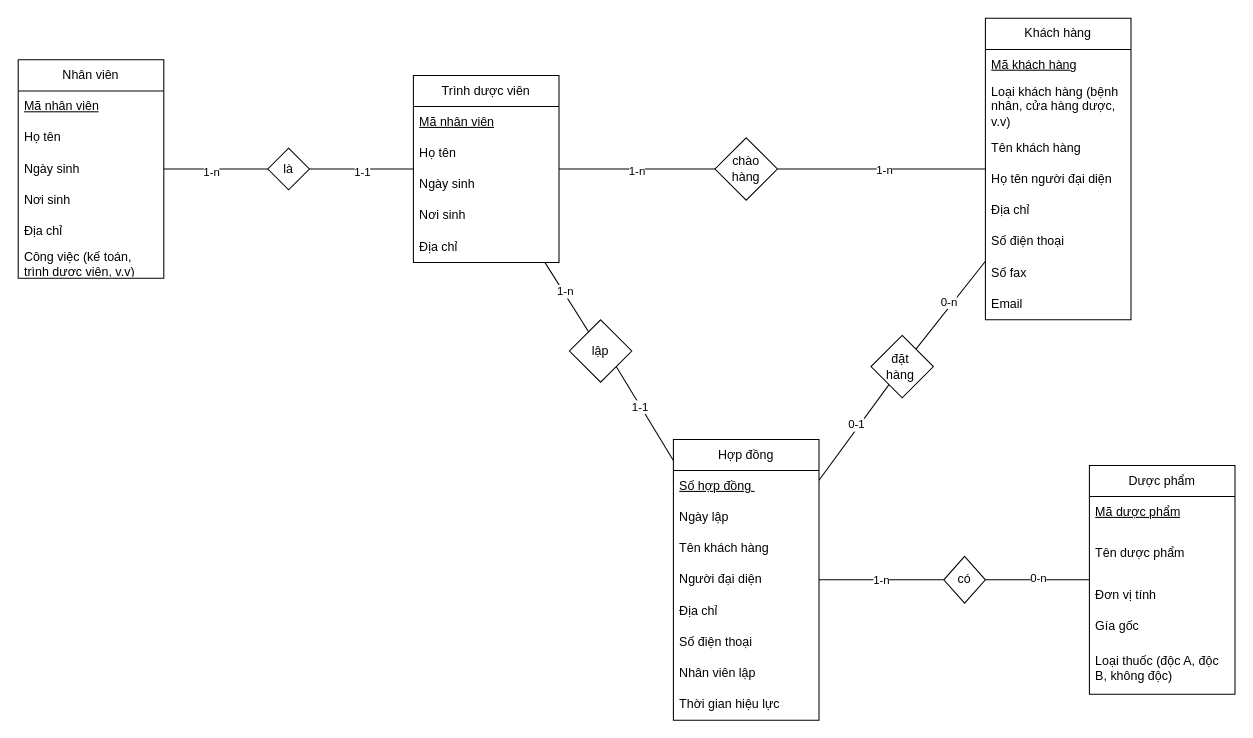
The draw.io diagram page "Lab 02" (2 of 2) of Exercise_01.drawio in DatOneGuyL/Extra-Exercises, before the edit. Source tidied: cells renumbered, new cells numbered last; positions are measured from the earlier drawing's top-left corner, leaving out a move shared by most shapes. Both pictures are drawn from the tidied source at 104%, with x=0, y=0 at pixel (18, 18).
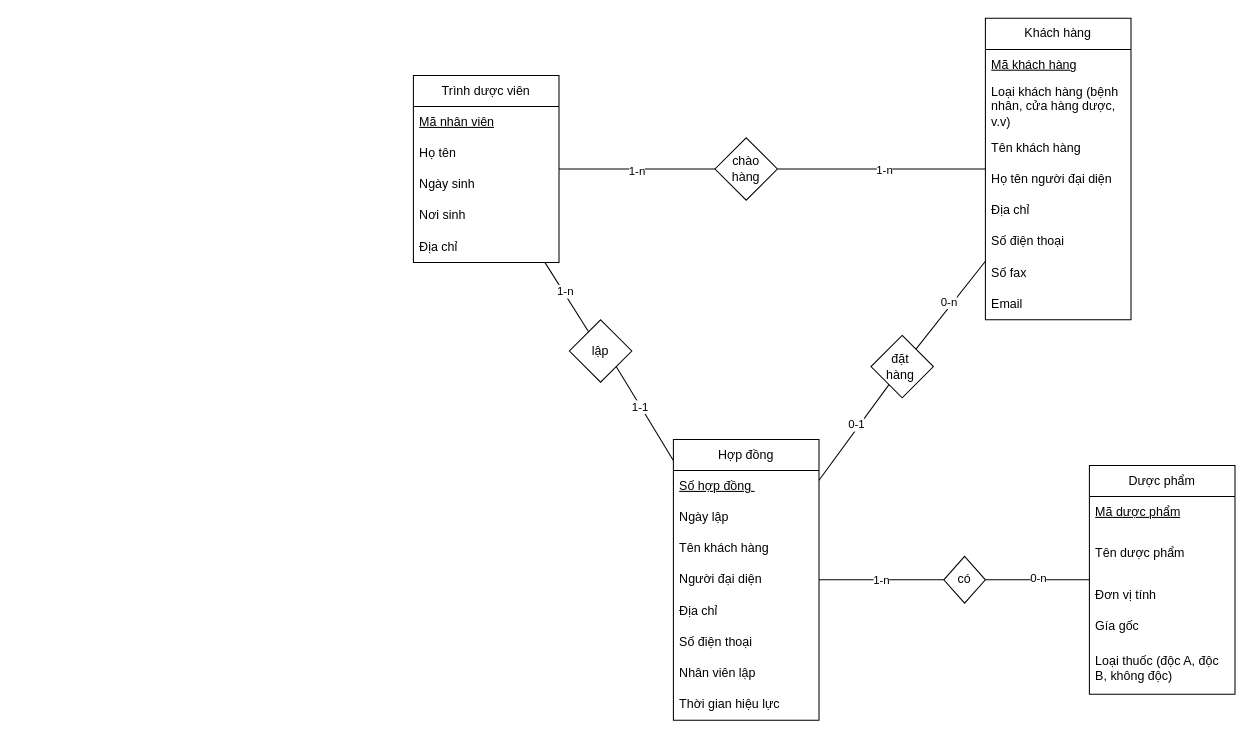
After the change.

Unchanged cells that the change refers to:
```xml
<mxCell id="18" value="Trình dược viên" style="swimlane;fontStyle=0;horizontal=1;startSize=30;whiteSpace=wrap;html=1;" parent="1" vertex="1">
  <mxGeometry x="380" y="55" width="140" height="180" as="geometry" />
</mxCell>
```

Diff of the diagram source:
```diff
@@
-    <mxCell id="2" value="Nhân viên" style="swimlane;fontStyle=0;horizontal=1;startSize=30;whiteSpace=wrap;html=1;" parent="1" vertex="1">
-      <mxGeometry y="40" width="140" height="210" as="geometry" />
-    </mxCell>
-    <mxCell id="3" value="&lt;u&gt;Mã nhân viên&lt;/u&gt;" style="text;strokeColor=none;fillColor=none;align=left;verticalAlign=middle;spacingLeft=4;spacingRight=4;overflow=hidden;whiteSpace=wrap;html=1;" parent="2" vertex="1">
-      <mxGeometry y="30" width="140" height="30" as="geometry" />
-    </mxCell>
-    <mxCell id="4" value="Họ tên" style="text;strokeColor=none;fillColor=none;align=left;verticalAlign=middle;spacingLeft=4;spacingRight=4;overflow=hidden;whiteSpace=wrap;html=1;" parent="2" vertex="1">
-      <mxGeometry y="60" width="140" height="30" as="geometry" />
-    </mxCell>
-    <mxCell id="5" value="Ngày sinh" style="text;strokeColor=none;fillColor=none;align=left;verticalAlign=middle;spacingLeft=4;spacingRight=4;overflow=hidden;whiteSpace=wrap;html=1;" parent="2" vertex="1">
-      <mxGeometry y="90" width="140" height="30" as="geometry" />
-    </mxCell>
-    <mxCell id="6" value="Nơi sinh&amp;nbsp;" style="text;strokeColor=none;fillColor=none;align=left;verticalAlign=middle;spacingLeft=4;spacingRight=4;overflow=hidden;whiteSpace=wrap;html=1;" parent="2" vertex="1">
-      <mxGeometry y="120" width="140" height="30" as="geometry" />
-    </mxCell>
-    <mxCell id="7" value="Địa chỉ" style="text;strokeColor=none;fillColor=none;align=left;verticalAlign=middle;spacingLeft=4;spacingRight=4;overflow=hidden;whiteSpace=wrap;html=1;" parent="2" vertex="1">
-      <mxGeometry y="150" width="140" height="30" as="geometry" />
-    </mxCell>
-    <mxCell id="8" value="Công việc (kế toán, trình dược viên, v.v)" style="text;strokeColor=none;fillColor=none;align=left;verticalAlign=middle;spacingLeft=4;spacingRight=4;overflow=hidden;whiteSpace=wrap;html=1;" parent="2" vertex="1">
-      <mxGeometry y="180" width="140" height="30" as="geometry" />
-    </mxCell>
@@
-    <mxCell id="24" value="là" style="rhombus;whiteSpace=wrap;html=1;" parent="1" vertex="1">
-      <mxGeometry x="240" y="125" width="40" height="40" as="geometry" />
-    </mxCell>
-    <mxCell id="25" style="endArrow=none;html=1;rounded=0;" parent="1" edge="1" source="24" target="2">
-      <mxGeometry relative="1" as="geometry" />
-    </mxCell>
-    <mxCell id="26" value="1-n" style="edgeLabel;html=1;align=center;verticalAlign=middle;" parent="25" vertex="1">
-      <mxGeometry x="0.1" y="2" relative="1" as="geometry" />
-    </mxCell>
-    <mxCell id="27" style="endArrow=none;html=1;rounded=0;" parent="1" edge="1" source="18" target="24">
-      <mxGeometry relative="1" as="geometry" />
-    </mxCell>
-    <mxCell id="28" value="1-1" style="edgeLabel;html=1;align=center;verticalAlign=middle;" parent="27" vertex="1">
-      <mxGeometry x="-0.01" y="2" relative="1" as="geometry" />
-    </mxCell>
```
